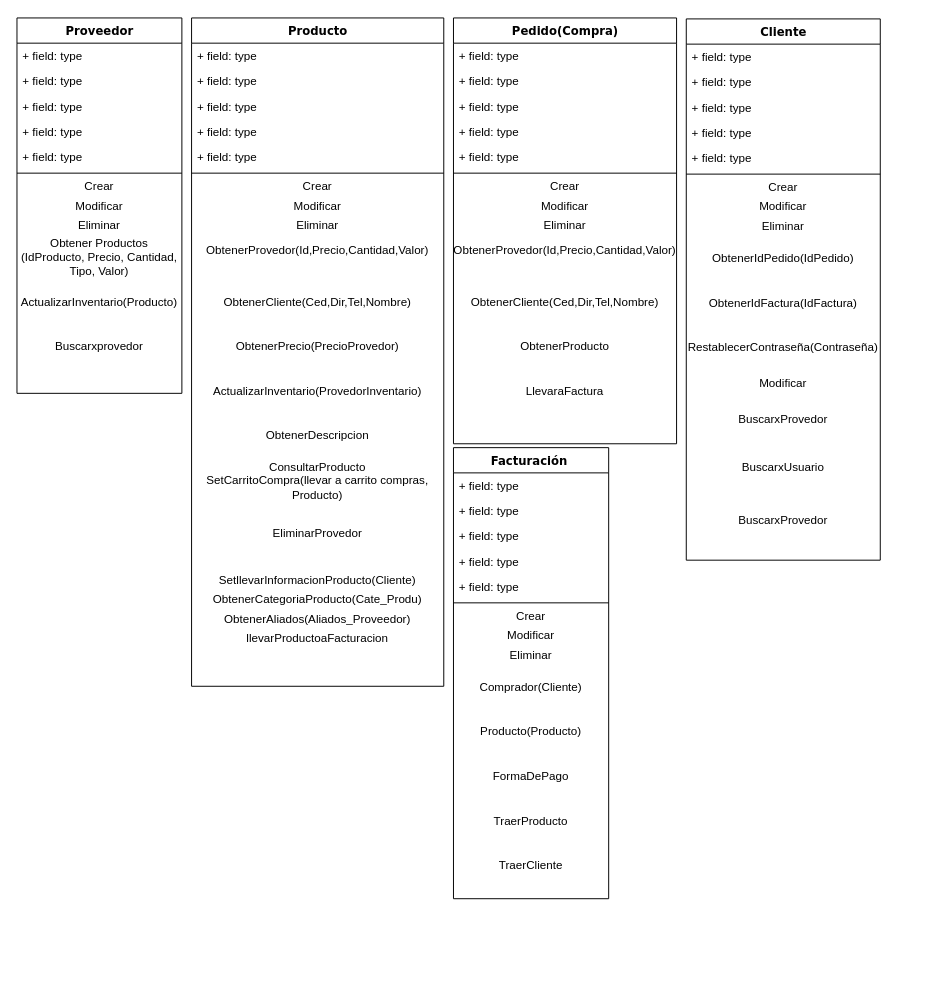
hcardona76/ShoppingCar keeps this draw.io diagram as Untitled Diagram.drawio. Above is the earlier version. Source tidied: cells renumbered, new cells numbered last; positions are measured from the earlier drawing's top-left corner, leaving out a move shared by most shapes. Both pictures are drawn from the tidied source at 97%, with x=0, y=0 at pixel (16, 17).
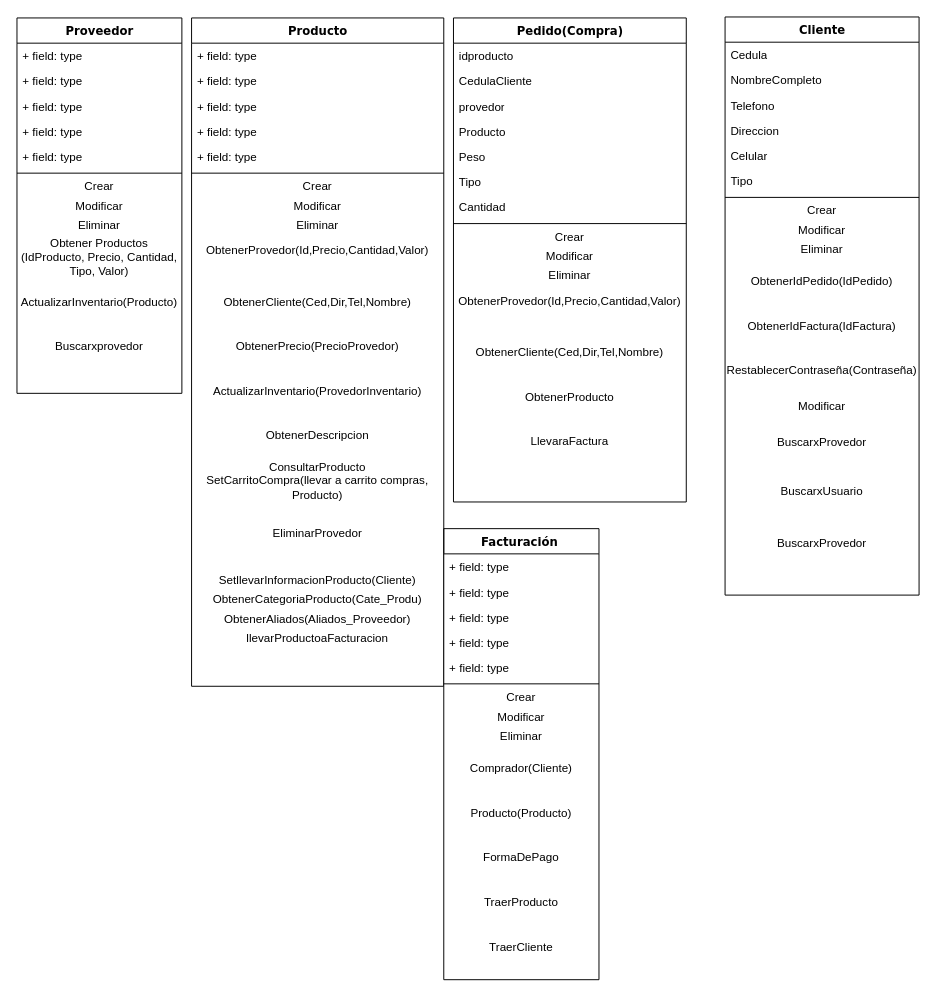
After the change.

What changed in the source:
```diff
@@
     <mxCell id="14" value="Pedido(Compra)" style="swimlane;html=1;fontStyle=1;align=center;verticalAlign=top;horizontal=1;startSize=26;swimlaneFillColor=#ffffff;rounded=0;shadow=0;comic=0;labelBackgroundColor=none;strokeColor=#000000;strokeWidth=1;fillColor=none;fontFamily=Verdana;fontSize=12;fontColor=#000000;" parent="1" vertex="1">
-      <mxGeometry x="450" width="230" height="439" as="geometry" />
+      <mxGeometry x="450" width="240" height="499" as="geometry" />
     </mxCell>
-    <mxCell id="15" value="+ field: type" style="text;html=1;strokeColor=none;fillColor=none;align=left;verticalAlign=top;spacingLeft=4;spacingRight=4;whiteSpace=wrap;overflow=hidden;" parent="14" vertex="1">
-      <mxGeometry y="26" width="230" height="26" as="geometry" />
+    <mxCell id="15" value="idproducto" style="text;html=1;strokeColor=none;fillColor=none;align=left;verticalAlign=top;spacingLeft=4;spacingRight=4;whiteSpace=wrap;overflow=hidden;" parent="14" vertex="1">
+      <mxGeometry y="26" width="240" height="26" as="geometry" />
     </mxCell>
-    <mxCell id="16" value="+ field: type" style="text;html=1;strokeColor=none;fillColor=none;align=left;verticalAlign=top;spacingLeft=4;spacingRight=4;whiteSpace=wrap;overflow=hidden;" parent="14" vertex="1">
-      <mxGeometry y="52" width="230" height="26" as="geometry" />
+    <mxCell id="16" value="CedulaCliente" style="text;html=1;strokeColor=none;fillColor=none;align=left;verticalAlign=top;spacingLeft=4;spacingRight=4;whiteSpace=wrap;overflow=hidden;" parent="14" vertex="1">
+      <mxGeometry y="52" width="240" height="26" as="geometry" />
     </mxCell>
-    <mxCell id="17" value="+ field: type" style="text;html=1;strokeColor=none;fillColor=none;align=left;verticalAlign=top;spacingLeft=4;spacingRight=4;whiteSpace=wrap;overflow=hidden;" parent="14" vertex="1">
-      <mxGeometry y="78" width="230" height="26" as="geometry" />
+    <mxCell id="17" value="provedor" style="text;html=1;strokeColor=none;fillColor=none;align=left;verticalAlign=top;spacingLeft=4;spacingRight=4;whiteSpace=wrap;overflow=hidden;" parent="14" vertex="1">
+      <mxGeometry y="78" width="240" height="26" as="geometry" />
     </mxCell>
-    <mxCell id="18" value="+ field: type" style="text;html=1;strokeColor=none;fillColor=none;align=left;verticalAlign=top;spacingLeft=4;spacingRight=4;whiteSpace=wrap;overflow=hidden;" parent="14" vertex="1">
-      <mxGeometry y="104" width="230" height="26" as="geometry" />
+    <mxCell id="18" value="Producto" style="text;html=1;strokeColor=none;fillColor=none;align=left;verticalAlign=top;spacingLeft=4;spacingRight=4;whiteSpace=wrap;overflow=hidden;" parent="14" vertex="1">
+      <mxGeometry y="104" width="240" height="26" as="geometry" />
     </mxCell>
+    <mxCell id="83" value="Peso" style="text;strokeColor=none;fillColor=none;align=left;verticalAlign=top;spacingLeft=4;spacingRight=4;overflow=hidden;" parent="14" vertex="1">
+      <mxGeometry y="130" width="240" height="26" as="geometry" />
+    </mxCell>
+    <mxCell id="84" value="Tipo" style="text;strokeColor=none;fillColor=none;align=left;verticalAlign=top;spacingLeft=4;spacingRight=4;overflow=hidden;" parent="14" vertex="1">
+      <mxGeometry y="156" width="240" height="26" as="geometry" />
+    </mxCell>
-    <mxCell id="19" value="+ field: type" style="text;html=1;strokeColor=none;fillColor=none;align=left;verticalAlign=top;spacingLeft=4;spacingRight=4;whiteSpace=wrap;overflow=hidden;" parent="14" vertex="1">
-      <mxGeometry y="130" width="230" height="26" as="geometry" />
+    <mxCell id="19" value="Cantidad" style="text;html=1;strokeColor=none;fillColor=none;align=left;verticalAlign=top;spacingLeft=4;spacingRight=4;whiteSpace=wrap;overflow=hidden;" parent="14" vertex="1">
+      <mxGeometry y="182" width="240" height="26" as="geometry" />
     </mxCell>
     <mxCell id="20" style="line;html=1;strokeWidth=1;fillColor=none;align=left;verticalAlign=middle;spacingTop=-1;spacingLeft=3;spacingRight=3;labelPosition=right;" parent="14" vertex="1">
-      <mxGeometry y="156" width="230" height="8" as="geometry" />
+      <mxGeometry y="208" width="240" height="8" as="geometry" />
     </mxCell>
     <mxCell id="21" value="Crear" style="text;html=1;strokeColor=none;fillColor=none;align=center;verticalAlign=middle;whiteSpace=wrap;rounded=0;" parent="14" vertex="1">
-      <mxGeometry y="164" width="230" height="20" as="geometry" />
+      <mxGeometry y="216" width="240" height="20" as="geometry" />
     </mxCell>
     <mxCell id="22" value="Modificar" style="text;html=1;strokeColor=none;fillColor=none;align=center;verticalAlign=middle;whiteSpace=wrap;rounded=0;" parent="14" vertex="1">
-      <mxGeometry y="184" width="230" height="20" as="geometry" />
+      <mxGeometry y="236" width="240" height="20" as="geometry" />
     </mxCell>
     <mxCell id="23" value="Eliminar" style="text;html=1;strokeColor=none;fillColor=none;align=center;verticalAlign=middle;whiteSpace=wrap;rounded=0;" parent="14" vertex="1">
-      <mxGeometry y="204" width="230" height="20" as="geometry" />
+      <mxGeometry y="256" width="240" height="20" as="geometry" />
     </mxCell>
     <mxCell id="24" value="ObtenerProvedor(Id,Precio,Cantidad,Valor)&lt;br&gt;&lt;br&gt;" style="text;html=1;strokeColor=none;fillColor=none;align=center;verticalAlign=middle;whiteSpace=wrap;rounded=0;" parent="14" vertex="1">
-      <mxGeometry y="224" width="230" height="46" as="geometry" />
+      <mxGeometry y="276" width="240" height="46" as="geometry" />
     </mxCell>
     <mxCell id="25" value="ObtenerCliente(Ced,Dir,Tel,Nombre)&lt;br&gt;" style="text;html=1;strokeColor=none;fillColor=none;align=center;verticalAlign=middle;whiteSpace=wrap;rounded=0;" parent="14" vertex="1">
-      <mxGeometry y="270" width="230" height="46" as="geometry" />
+      <mxGeometry y="322" width="240" height="46" as="geometry" />
     </mxCell>
     <mxCell id="26" value="ObtenerProducto&lt;br&gt;" style="text;html=1;strokeColor=none;fillColor=none;align=center;verticalAlign=middle;whiteSpace=wrap;rounded=0;" parent="14" vertex="1">
-      <mxGeometry y="316" width="230" height="46" as="geometry" />
+      <mxGeometry y="368" width="240" height="46" as="geometry" />
     </mxCell>
+    <mxCell id="81" value="LlevaraFactura&lt;br&gt;" style="text;html=1;strokeColor=none;fillColor=none;align=center;verticalAlign=middle;whiteSpace=wrap;rounded=0;" parent="14" vertex="1">
+      <mxGeometry y="414" width="240" height="46" as="geometry" />
+    </mxCell>
@@
     <mxCell id="49" value="Facturación&amp;nbsp;" style="swimlane;html=1;fontStyle=1;align=center;verticalAlign=top;horizontal=1;startSize=26;swimlaneFillColor=#ffffff;rounded=0;shadow=0;comic=0;labelBackgroundColor=none;strokeColor=#000000;strokeWidth=1;fillColor=none;fontFamily=Verdana;fontSize=12;fontColor=#000000;" parent="1" vertex="1">
-      <mxGeometry x="450" y="443" width="160" height="465" as="geometry" />
+      <mxGeometry x="440" y="526.5" width="160" height="465" as="geometry" />
     </mxCell>
@@
     <mxCell id="64" value="Cliente" style="swimlane;html=1;fontStyle=1;align=center;verticalAlign=top;horizontal=1;startSize=26;swimlaneFillColor=#ffffff;rounded=0;shadow=0;comic=0;labelBackgroundColor=none;strokeColor=#000000;strokeWidth=1;fillColor=none;fontFamily=Verdana;fontSize=12;fontColor=#000000;" parent="1" vertex="1">
-      <mxGeometry x="690" y="1" width="200" height="558" as="geometry" />
+      <mxGeometry x="730" y="-1" width="200" height="596" as="geometry" />
     </mxCell>
-    <mxCell id="65" value="+ field: type" style="text;html=1;strokeColor=none;fillColor=none;align=left;verticalAlign=top;spacingLeft=4;spacingRight=4;whiteSpace=wrap;overflow=hidden;" parent="64" vertex="1">
-      <mxGeometry y="26" width="200" height="26" as="geometry" />
-    </mxCell>
-    <mxCell id="66" value="+ field: type" style="text;html=1;strokeColor=none;fillColor=none;align=left;verticalAlign=top;spacingLeft=4;spacingRight=4;whiteSpace=wrap;overflow=hidden;" parent="64" vertex="1">
-      <mxGeometry y="52" width="200" height="26" as="geometry" />
+    <mxCell id="66" value="Cedula" style="text;html=1;strokeColor=none;fillColor=none;align=left;verticalAlign=top;spacingLeft=4;spacingRight=4;whiteSpace=wrap;overflow=hidden;" parent="64" vertex="1">
+      <mxGeometry y="26" width="200" height="26" as="geometry" />
     </mxCell>
-    <mxCell id="67" value="+ field: type" style="text;html=1;strokeColor=none;fillColor=none;align=left;verticalAlign=top;spacingLeft=4;spacingRight=4;whiteSpace=wrap;overflow=hidden;" parent="64" vertex="1">
-      <mxGeometry y="78" width="200" height="26" as="geometry" />
+    <mxCell id="67" value="NombreCompleto" style="text;html=1;strokeColor=none;fillColor=none;align=left;verticalAlign=top;spacingLeft=4;spacingRight=4;whiteSpace=wrap;overflow=hidden;" parent="64" vertex="1">
+      <mxGeometry y="52" width="200" height="26" as="geometry" />
     </mxCell>
-    <mxCell id="68" value="+ field: type" style="text;html=1;strokeColor=none;fillColor=none;align=left;verticalAlign=top;spacingLeft=4;spacingRight=4;whiteSpace=wrap;overflow=hidden;" parent="64" vertex="1">
-      <mxGeometry y="104" width="200" height="26" as="geometry" />
+    <mxCell id="68" value="Telefono" style="text;html=1;strokeColor=none;fillColor=none;align=left;verticalAlign=top;spacingLeft=4;spacingRight=4;whiteSpace=wrap;overflow=hidden;" parent="64" vertex="1">
+      <mxGeometry y="78" width="200" height="26" as="geometry" />
     </mxCell>
-    <mxCell id="69" value="+ field: type" style="text;html=1;strokeColor=none;fillColor=none;align=left;verticalAlign=top;spacingLeft=4;spacingRight=4;whiteSpace=wrap;overflow=hidden;" parent="64" vertex="1">
-      <mxGeometry y="130" width="200" height="26" as="geometry" />
+    <mxCell id="69" value="Direccion" style="text;html=1;strokeColor=none;fillColor=none;align=left;verticalAlign=top;spacingLeft=4;spacingRight=4;whiteSpace=wrap;overflow=hidden;" parent="64" vertex="1">
+      <mxGeometry y="104" width="200" height="26" as="geometry" />
     </mxCell>
+    <mxCell id="85" value="Celular" style="text;html=1;strokeColor=none;fillColor=none;align=left;verticalAlign=top;spacingLeft=4;spacingRight=4;whiteSpace=wrap;overflow=hidden;" parent="64" vertex="1">
+      <mxGeometry y="130" width="200" height="26" as="geometry" />
+    </mxCell>
+    <mxCell id="86" value="Tipo" style="text;html=1;strokeColor=none;fillColor=none;align=left;verticalAlign=top;spacingLeft=4;spacingRight=4;whiteSpace=wrap;overflow=hidden;" parent="64" vertex="1">
+      <mxGeometry y="156" width="200" height="26" as="geometry" />
+    </mxCell>
     <mxCell id="70" style="line;html=1;strokeWidth=1;fillColor=none;align=left;verticalAlign=middle;spacingTop=-1;spacingLeft=3;spacingRight=3;labelPosition=right;" parent="64" vertex="1">
-      <mxGeometry y="156" width="200" height="8" as="geometry" />
+      <mxGeometry y="182" width="200" height="8" as="geometry" />
     </mxCell>
     <mxCell id="71" value="Crear" style="text;html=1;strokeColor=none;fillColor=none;align=center;verticalAlign=middle;whiteSpace=wrap;rounded=0;" parent="64" vertex="1">
-      <mxGeometry y="164" width="200" height="20" as="geometry" />
+      <mxGeometry y="190" width="200" height="20" as="geometry" />
     </mxCell>
     <mxCell id="72" value="Modificar" style="text;html=1;strokeColor=none;fillColor=none;align=center;verticalAlign=middle;whiteSpace=wrap;rounded=0;" parent="64" vertex="1">
-      <mxGeometry y="184" width="200" height="20" as="geometry" />
+      <mxGeometry y="210" width="200" height="20" as="geometry" />
     </mxCell>
     <mxCell id="73" value="Eliminar" style="text;html=1;strokeColor=none;fillColor=none;align=center;verticalAlign=middle;whiteSpace=wrap;rounded=0;" parent="64" vertex="1">
-      <mxGeometry y="204" width="200" height="20" as="geometry" />
+      <mxGeometry y="230" width="200" height="20" as="geometry" />
     </mxCell>
     <mxCell id="74" value="ObtenerIdPedido(IdPedido)" style="text;html=1;strokeColor=none;fillColor=none;align=center;verticalAlign=middle;whiteSpace=wrap;rounded=0;" parent="64" vertex="1">
-      <mxGeometry y="224" width="200" height="46" as="geometry" />
+      <mxGeometry y="250" width="200" height="46" as="geometry" />
     </mxCell>
     <mxCell id="75" value="ObtenerIdFactura(IdFactura)" style="text;html=1;strokeColor=none;fillColor=none;align=center;verticalAlign=middle;whiteSpace=wrap;rounded=0;" parent="64" vertex="1">
-      <mxGeometry y="270" width="200" height="46" as="geometry" />
+      <mxGeometry y="296" width="200" height="46" as="geometry" />
     </mxCell>
     <mxCell id="76" value="RestablecerContraseña(Contraseña)" style="text;html=1;strokeColor=none;fillColor=none;align=center;verticalAlign=middle;whiteSpace=wrap;rounded=0;" parent="64" vertex="1">
-      <mxGeometry y="316" width="200" height="46" as="geometry" />
+      <mxGeometry y="342" width="200" height="46" as="geometry" />
     </mxCell>
     <mxCell id="77" value="Modificar" style="text;html=1;strokeColor=none;fillColor=none;align=center;verticalAlign=middle;whiteSpace=wrap;rounded=0;" parent="64" vertex="1">
-      <mxGeometry y="362" width="200" height="28" as="geometry" />
+      <mxGeometry y="388" width="200" height="28" as="geometry" />
     </mxCell>
     <mxCell id="78" value="BuscarxProvedor" style="text;html=1;strokeColor=none;fillColor=none;align=center;verticalAlign=middle;whiteSpace=wrap;rounded=0;" parent="64" vertex="1">
-      <mxGeometry y="390" width="200" height="46" as="geometry" />
+      <mxGeometry y="416" width="200" height="46" as="geometry" />
     </mxCell>
     <mxCell id="79" value="BuscarxUsuario" style="text;html=1;strokeColor=none;fillColor=none;align=center;verticalAlign=middle;whiteSpace=wrap;rounded=0;" parent="64" vertex="1">
-      <mxGeometry y="436" width="200" height="54" as="geometry" />
+      <mxGeometry y="462" width="200" height="54" as="geometry" />
     </mxCell>
     <mxCell id="80" value="BuscarxProvedor" style="text;html=1;strokeColor=none;fillColor=none;align=center;verticalAlign=middle;whiteSpace=wrap;rounded=0;" parent="64" vertex="1">
-      <mxGeometry y="490" width="200" height="54" as="geometry" />
+      <mxGeometry y="516" width="200" height="54" as="geometry" />
     </mxCell>
-    <mxCell id="81" value="LlevaraFactura&lt;br&gt;" style="text;html=1;strokeColor=none;fillColor=none;align=center;verticalAlign=middle;whiteSpace=wrap;rounded=0;" parent="1" vertex="1">
-      <mxGeometry x="450" y="362" width="230" height="46" as="geometry" />
-    </mxCell>
```
